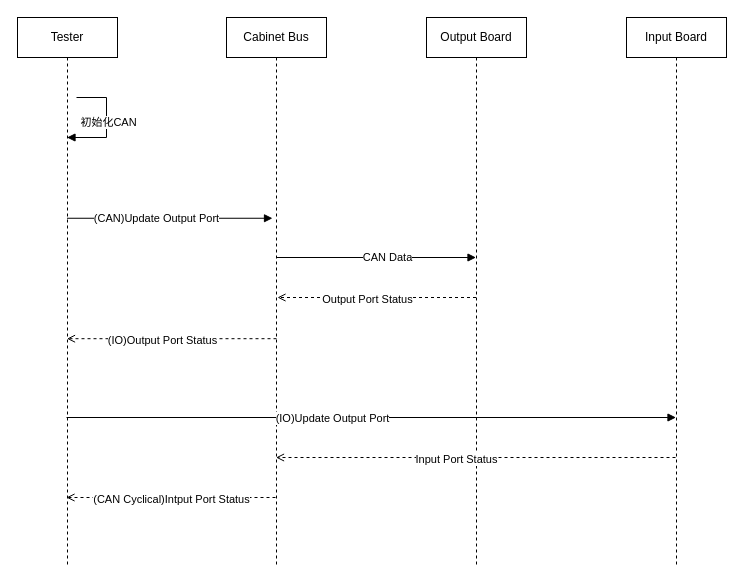
The draw.io diagram Cabinet-Wiring-Tester.drawio in how-chwong/nug, before the edit. Source tidied: cells renumbered, new cells numbered last; positions are measured from the earlier drawing's top-left corner, leaving out a move shared by most shapes. Both pictures are drawn from the tidied source at 100%, with x=0, y=0 at pixel (17, 17).
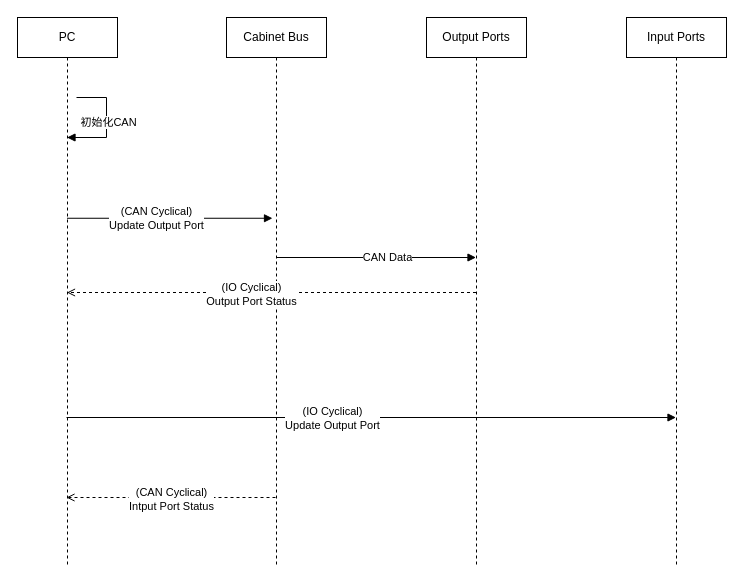
The same page after the edit.

The change refers to these unchanged cells:
```xml
<mxCell id="3" value="Cabinet Bus" style="shape=umlLifeline;perimeter=lifelinePerimeter;whiteSpace=wrap;html=1;outlineConnect=0;portConstraint=eastwest;newEdgeStyle={&quot;edgeStyle&quot;:&quot;elbowEdgeStyle&quot;,&quot;elbow&quot;:&quot;vertical&quot;,&quot;curved&quot;:0,&quot;rounded&quot;:0};" parent="1" vertex="1">
  <mxGeometry x="209" width="100" height="550" as="geometry" />
</mxCell>
<mxCell id="8" style="html=1;verticalAlign=bottom;labelBackgroundColor=none;endArrow=block;endFill=1;rounded=0;entryX=0.46;entryY=0.365;entryDx=0;entryDy=0;entryPerimeter=0;" parent="1" edge="1" source="2" target="3">
  <mxGeometry relative="1" as="geometry" />
</mxCell>
<mxCell id="16" style="html=1;verticalAlign=bottom;labelBackgroundColor=none;endArrow=block;endFill=1;rounded=0;exitX=0.5;exitY=0.419;exitDx=0;exitDy=0;exitPerimeter=0;" parent="1" edge="1" target="5">
  <mxGeometry relative="1" as="geometry">
    <mxPoint x="49" y="400" as="sourcePoint" />
  </mxGeometry>
</mxCell>
<mxCell id="20" style="html=1;verticalAlign=bottom;labelBackgroundColor=none;endArrow=open;endFill=0;dashed=1;rounded=0;exitX=0.5;exitY=0.584;exitDx=0;exitDy=0;exitPerimeter=0;" parent="1" edge="1">
  <mxGeometry relative="1" as="geometry">
    <mxPoint x="258" y="480" as="sourcePoint" />
    <mxPoint x="49" y="480" as="targetPoint" />
  </mxGeometry>
</mxCell>
```

Change to the diagram source:
```diff
@@
-    <mxCell id="2" value="Tester" style="shape=umlLifeline;perimeter=lifelinePerimeter;whiteSpace=wrap;html=1;outlineConnect=0;portConstraint=eastwest;newEdgeStyle={&quot;edgeStyle&quot;:&quot;elbowEdgeStyle&quot;,&quot;elbow&quot;:&quot;vertical&quot;,&quot;curved&quot;:0,&quot;rounded&quot;:0};" parent="1" vertex="1">
+    <mxCell id="2" value="PC" style="shape=umlLifeline;perimeter=lifelinePerimeter;whiteSpace=wrap;html=1;outlineConnect=0;portConstraint=eastwest;newEdgeStyle={&quot;edgeStyle&quot;:&quot;elbowEdgeStyle&quot;,&quot;elbow&quot;:&quot;vertical&quot;,&quot;curved&quot;:0,&quot;rounded&quot;:0};" parent="1" vertex="1">
       <mxGeometry width="100" height="550" as="geometry" />
     </mxCell>
@@
-    <mxCell id="4" value="Output Board" style="shape=umlLifeline;perimeter=lifelinePerimeter;whiteSpace=wrap;html=1;outlineConnect=0;portConstraint=eastwest;newEdgeStyle={&quot;edgeStyle&quot;:&quot;elbowEdgeStyle&quot;,&quot;elbow&quot;:&quot;vertical&quot;,&quot;curved&quot;:0,&quot;rounded&quot;:0};" parent="1" vertex="1">
+    <mxCell id="4" value="Output Ports" style="shape=umlLifeline;perimeter=lifelinePerimeter;whiteSpace=wrap;html=1;outlineConnect=0;portConstraint=eastwest;newEdgeStyle={&quot;edgeStyle&quot;:&quot;elbowEdgeStyle&quot;,&quot;elbow&quot;:&quot;vertical&quot;,&quot;curved&quot;:0,&quot;rounded&quot;:0};" parent="1" vertex="1">
       <mxGeometry x="409" width="100" height="550" as="geometry" />
     </mxCell>
-    <mxCell id="5" value="Input Board" style="shape=umlLifeline;perimeter=lifelinePerimeter;whiteSpace=wrap;html=1;outlineConnect=0;portConstraint=eastwest;newEdgeStyle={&quot;edgeStyle&quot;:&quot;elbowEdgeStyle&quot;,&quot;elbow&quot;:&quot;vertical&quot;,&quot;curved&quot;:0,&quot;rounded&quot;:0};" parent="1" vertex="1">
+    <mxCell id="5" value="Input Ports" style="shape=umlLifeline;perimeter=lifelinePerimeter;whiteSpace=wrap;html=1;outlineConnect=0;portConstraint=eastwest;newEdgeStyle={&quot;edgeStyle&quot;:&quot;elbowEdgeStyle&quot;,&quot;elbow&quot;:&quot;vertical&quot;,&quot;curved&quot;:0,&quot;rounded&quot;:0};" parent="1" vertex="1">
       <mxGeometry x="609" width="100" height="550" as="geometry" />
     </mxCell>
@@
-    <mxCell id="9" value="(CAN)Update Output Port" style="edgeLabel;html=1;align=center;verticalAlign=middle;" parent="8" vertex="1">
+    <mxCell id="9" value="(CAN Cyclical)&lt;div&gt;Update Output Port&lt;/div&gt;" style="edgeLabel;html=1;align=center;verticalAlign=middle;" parent="8" vertex="1">
       <mxGeometry x="-0.13" relative="1" as="geometry" />
     </mxCell>
@@
-    <mxCell id="12" style="html=1;verticalAlign=bottom;labelBackgroundColor=none;endArrow=open;endFill=0;dashed=1;rounded=0;" parent="1" edge="1" source="4">
-      <mxGeometry relative="1" as="geometry">
-        <mxPoint x="260" y="280" as="targetPoint" />
-      </mxGeometry>
-    </mxCell>
-    <mxCell id="13" value="Output Port Status" style="edgeLabel;html=1;align=center;verticalAlign=middle;" parent="12" vertex="1">
-      <mxGeometry x="0.1" y="1" relative="1" as="geometry" />
-    </mxCell>
-    <mxCell id="14" style="html=1;verticalAlign=bottom;labelBackgroundColor=none;endArrow=open;endFill=0;dashed=1;rounded=0;exitX=0.5;exitY=0.584;exitDx=0;exitDy=0;exitPerimeter=0;" parent="1" edge="1" source="3" target="2">
+    <mxCell id="14" style="html=1;verticalAlign=bottom;labelBackgroundColor=none;endArrow=open;endFill=0;dashed=1;rounded=0;" parent="1" edge="1" source="4" target="2">
       <mxGeometry relative="1" as="geometry" />
     </mxCell>
-    <mxCell id="15" value="(IO)Output Port Status" style="edgeLabel;html=1;align=center;verticalAlign=middle;" parent="14" vertex="1">
+    <mxCell id="15" value="(IO Cyclical)&lt;div&gt;Output Port Status&lt;/div&gt;" style="edgeLabel;html=1;align=center;verticalAlign=middle;" parent="14" vertex="1">
       <mxGeometry x="0.1" y="1" relative="1" as="geometry" />
     </mxCell>
@@
-    <mxCell id="17" value="(IO)Update Output Port" style="edgeLabel;html=1;align=center;verticalAlign=middle;" parent="16" vertex="1">
+    <mxCell id="17" value="(IO Cyclical)&lt;div&gt;Update Output Port&lt;/div&gt;" style="edgeLabel;html=1;align=center;verticalAlign=middle;" parent="16" vertex="1">
       <mxGeometry x="-0.13" relative="1" as="geometry" />
     </mxCell>
-    <mxCell id="18" style="html=1;verticalAlign=bottom;labelBackgroundColor=none;endArrow=open;endFill=0;dashed=1;rounded=0;" parent="1" edge="1" target="3">
-      <mxGeometry relative="1" as="geometry">
-        <mxPoint x="658" y="440" as="sourcePoint" />
-      </mxGeometry>
-    </mxCell>
-    <mxCell id="19" value="Input Port Status" style="edgeLabel;html=1;align=center;verticalAlign=middle;" parent="18" vertex="1">
-      <mxGeometry x="0.1" y="1" relative="1" as="geometry" />
-    </mxCell>
@@
-    <mxCell id="21" value="(CAN Cyclical)Intput Port Status" style="edgeLabel;html=1;align=center;verticalAlign=middle;" parent="20" vertex="1">
+    <mxCell id="21" value="(CAN Cyclical)&lt;div&gt;Intput Port Status&lt;/div&gt;" style="edgeLabel;html=1;align=center;verticalAlign=middle;" parent="20" vertex="1">
       <mxGeometry x="0.1" y="1" relative="1" as="geometry">
         <mxPoint x="10" as="offset" />
       </mxGeometry>
     </mxCell>
```
